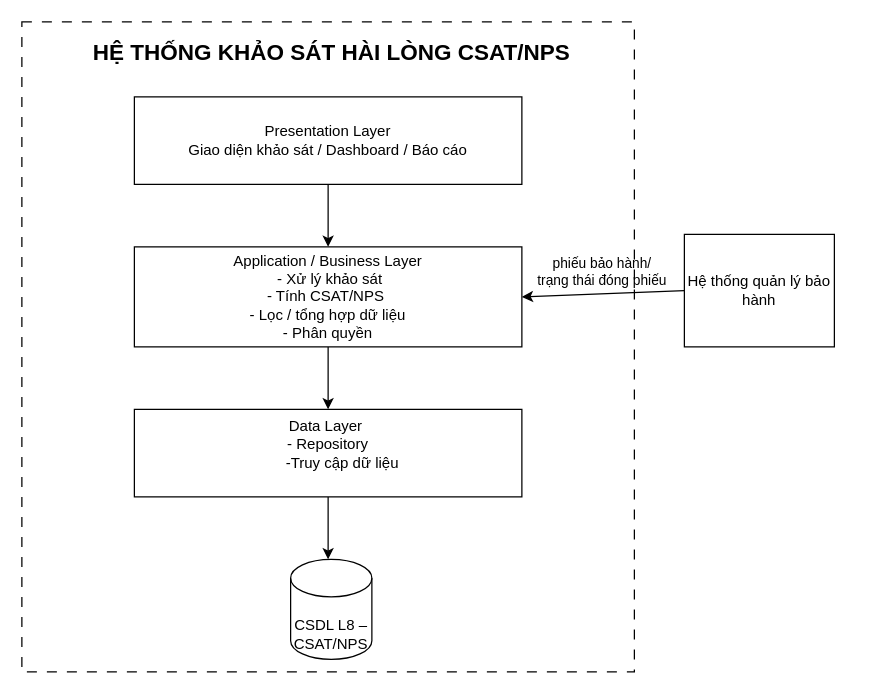
VanToan276/cdtn1-dinhvantoan-l8 keeps this draw.io diagram as docs/Architecture.drawio. Above is the earlier version. Source tidied: cells renumbered, new cells numbered last; positions are measured from the earlier drawing's top-left corner, leaving out a move shared by most shapes. Both pictures are drawn from the tidied source at 125%, with x=0, y=0 at pixel (21, 21).
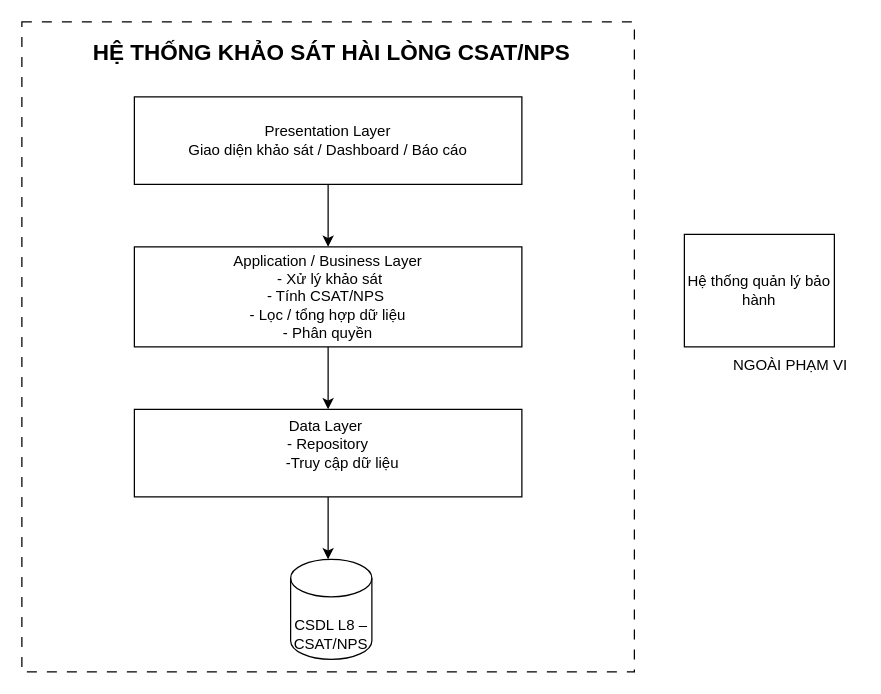
Above is the later version.

What changed in the source:
```diff
@@
 <mxGraphModel>
   <root>
     <mxCell id="0" />
     <mxCell id="1" parent="0" />
     <mxCell id="2" style="rounded=0;whiteSpace=wrap;html=1;dashed=1;dashPattern=8 8;" parent="1" vertex="1">
       <mxGeometry width="490" height="520" as="geometry" />
     </mxCell>
     <mxCell id="3" value="&lt;br&gt;Presentation Layer&lt;br&gt;Giao diện khảo sát / Dashboard / Báo cáo             &lt;div&gt;&lt;br/&gt;&lt;/div&gt;" style="rounded=0;whiteSpace=wrap;html=1;" parent="1" vertex="1">
       <mxGeometry x="90" y="60" width="310" height="70" as="geometry" />
     </mxCell>
     <mxCell id="4" style="edgeStyle=orthogonalEdgeStyle;rounded=0;jettySize=auto;html=1;" parent="1" edge="1" source="5" target="7">
       <mxGeometry relative="1" as="geometry" />
     </mxCell>
     <mxCell id="5" value="Application / Business Layer&lt;div&gt;&amp;nbsp;- Xử lý khảo sát&lt;/div&gt;&lt;div&gt;- Tính CSAT/NPS&amp;nbsp;&lt;/div&gt;&lt;div&gt;- Lọc / tổng hợp dữ liệu&lt;/div&gt;&lt;div&gt;- Phân quyền&lt;/div&gt;" style="rounded=0;whiteSpace=wrap;html=1;" parent="1" vertex="1">
       <mxGeometry x="90" y="180" width="310" height="80" as="geometry" />
     </mxCell>
     <mxCell id="6" style="edgeStyle=orthogonalEdgeStyle;rounded=0;jettySize=auto;html=1;" parent="1" edge="1" source="7">
       <mxGeometry relative="1" as="geometry">
         <mxPoint x="245" y="430" as="targetPoint" />
       </mxGeometry>
     </mxCell>
     <mxCell id="7" value="&lt;div&gt;Data Layer&amp;nbsp;&lt;/div&gt;&lt;div&gt;- Repository&lt;/div&gt;&lt;div&gt;&amp;nbsp; &amp;nbsp; &amp;nbsp; &amp;nbsp; &amp;nbsp; &amp;nbsp; &amp;nbsp; &amp;nbsp; &amp;nbsp; &amp;nbsp; &amp;nbsp; &amp;nbsp; &amp;nbsp; &amp;nbsp; &amp;nbsp; &amp;nbsp; &amp;nbsp; &amp;nbsp; -Truy cập dữ liệu&amp;nbsp; &amp;nbsp; &amp;nbsp; &amp;nbsp; &amp;nbsp; &amp;nbsp; &amp;nbsp; &amp;nbsp; &amp;nbsp; &amp;nbsp; &amp;nbsp; &amp;nbsp; &amp;nbsp; &amp;nbsp; &amp;nbsp; &amp;nbsp; &amp;nbsp; &amp;nbsp;&lt;/div&gt;" style="rounded=0;whiteSpace=wrap;html=1;" parent="1" vertex="1">
       <mxGeometry x="90" y="310" width="310" height="70" as="geometry" />
     </mxCell>
     <mxCell id="8" style="endArrow=classic;html=1;rounded=0;exitX=0.5;exitY=1;exitDx=0;exitDy=0;" parent="1" edge="1" source="3" target="5">
       <mxGeometry relative="1" as="geometry" />
     </mxCell>
     <mxCell id="9" value="Hệ thống quản lý bảo hành" style="rounded=0;whiteSpace=wrap;html=1;" parent="1" vertex="1">
       <mxGeometry x="530" y="170" width="120" height="90" as="geometry" />
     </mxCell>
-    <mxCell id="10" style="endArrow=classic;html=1;rounded=0;exitX=0;exitY=0.5;exitDx=0;exitDy=0;entryX=1;entryY=0.5;entryDx=0;entryDy=0;" parent="1" edge="1" source="9" target="5">
-      <mxGeometry relative="1" as="geometry" />
-    </mxCell>
-    <mxCell id="11" value="phiếu bảo hành/&lt;div&gt;trạng thái đóng phiếu&lt;/div&gt;" style="edgeLabel;html=1;align=center;verticalAlign=middle;rotation=0;labelBackgroundColor=none;" parent="10" vertex="1">
-      <mxGeometry x="0.07" y="-2" relative="1" as="geometry">
-        <mxPoint x="4" y="-16" as="offset" />
-      </mxGeometry>
-    </mxCell>
     <mxCell id="12" value="&lt;br&gt;CSDL L8 – CSAT/NPS" style="shape=cylinder3;whiteSpace=wrap;html=1;boundedLbl=1;backgroundOutline=1;size=15;" parent="1" vertex="1">
       <mxGeometry x="215" y="430" width="65" height="80" as="geometry" />
     </mxCell>
     <mxCell id="13" value="&lt;b&gt;&lt;font style=&quot;font-size: 18px;&quot;&gt;HỆ THỐNG KHẢO SÁT HÀI LÒNG CSAT/NPS&lt;/font&gt;&lt;/b&gt;" style="text;html=1;whiteSpace=wrap;strokeColor=none;fillColor=none;align=center;verticalAlign=middle;rounded=0;" parent="1" vertex="1">
       <mxGeometry x="42.5" y="10" width="410" height="30" as="geometry" />
     </mxCell>
+    <mxCell id="14" value="NGOÀI PHẠM VI" style="text;html=1;whiteSpace=wrap;strokeColor=none;fillColor=none;align=center;verticalAlign=middle;rounded=0;" parent="1" vertex="1">
+      <mxGeometry x="560" y="260" width="110" height="30" as="geometry" />
+    </mxCell>
   </root>
 </mxGraphModel>
```
